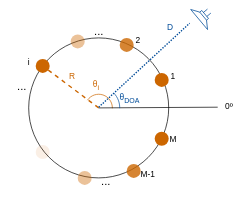
The draw.io diagram figures/hilbert_beamforming/microphone_array.svg in synsense/HaghighatshoarMuir2024, before a commit. Source tidied: cells renumbered, new cells last; positions are measured from the earlier drawing's top-left corner, leaving out a move shared by most shapes. Source of this version:
```xml
<mxGraphModel>
  <root>
    <mxCell id="0" />
    <mxCell id="1" parent="0" />
    <mxCell id="2" style="ellipse;whiteSpace=wrap;html=1;strokeWidth=0.5;fillColor=none;" parent="1" vertex="1">
      <mxGeometry x="20" y="25.5" width="100" height="100" as="geometry" />
    </mxCell>
    <mxCell id="3" style="verticalLabelPosition=bottom;verticalAlign=top;html=1;shape=mxgraph.basic.arc;startAngle=0.8461268765323293;endAngle=0.2547732166712652;strokeColor=#CC6600;strokeWidth=0.5;" parent="1" vertex="1">
      <mxGeometry x="60.2" y="65.8" width="19.5" height="19.5" as="geometry" />
    </mxCell>
    <mxCell id="4" value="&lt;span style=&quot;font-size: 6px;&quot;&gt;θ&lt;sub&gt;i&lt;/sub&gt;&lt;/span&gt;" style="text;html=1;align=center;verticalAlign=middle;strokeColor=none;fillColor=none;fontColor=#CC6600;" parent="1" vertex="1">
      <mxGeometry x="55" y="42" width="25" height="30" as="geometry" />
    </mxCell>
    <mxCell id="5" value="&lt;span style=&quot;font-size: 6px;&quot;&gt;2&lt;/span&gt;" style="text;html=1;align=center;verticalAlign=middle;strokeColor=none;fillColor=none;" parent="1" vertex="1">
      <mxGeometry x="85" y="10.5" width="25" height="30" as="geometry" />
    </mxCell>
    <mxCell id="6" style="ellipse;whiteSpace=wrap;html=1;fillColor=#CC6600;strokeColor=none;" parent="1" vertex="1">
      <mxGeometry x="110" y="50.5" width="10" height="10" as="geometry" />
    </mxCell>
    <mxCell id="7" style="ellipse;whiteSpace=wrap;html=1;fillColor=#CC6600;strokeColor=none;" parent="1" vertex="1">
      <mxGeometry x="110" y="92.5" width="10" height="10" as="geometry" />
    </mxCell>
    <mxCell id="8" value="..." style="text;html=1;align=center;verticalAlign=middle;strokeColor=none;fillColor=none;fontSize=8;" parent="1" vertex="1">
      <mxGeometry x="55" y="8" width="30" height="25" as="geometry" />
    </mxCell>
    <mxCell id="9" style="ellipse;whiteSpace=wrap;html=1;fillColor=#CC6600;strokeColor=none;opacity=80;" parent="1" vertex="1">
      <mxGeometry x="85" y="25.5" width="10" height="10" as="geometry" />
    </mxCell>
    <mxCell id="10" style="ellipse;whiteSpace=wrap;html=1;fillColor=#CC6600;strokeColor=none;opacity=80;" parent="1" vertex="1">
      <mxGeometry x="90" y="115.5" width="10" height="10" as="geometry" />
    </mxCell>
    <mxCell id="11" style="ellipse;whiteSpace=wrap;html=1;fillColor=#CC6600;strokeColor=none;opacity=40;" parent="1" vertex="1">
      <mxGeometry x="55" y="120.5" width="10" height="10" as="geometry" />
    </mxCell>
    <mxCell id="12" style="ellipse;whiteSpace=wrap;html=1;fillColor=#CC6600;strokeColor=none;opacity=10;" parent="1" vertex="1">
      <mxGeometry x="25" y="102" width="10" height="10" as="geometry" />
    </mxCell>
    <mxCell id="13" style="endArrow=none;html=1;rounded=0;strokeWidth=0.5;" parent="1" edge="1">
      <mxGeometry relative="1" as="geometry">
        <mxPoint x="70" y="75.5" as="sourcePoint" />
        <mxPoint x="155" y="75" as="targetPoint" />
      </mxGeometry>
    </mxCell>
    <mxCell id="14" style="endArrow=none;dashed=1;html=1;rounded=0;strokeColor=#CC6600;" parent="1" edge="1" target="20">
      <mxGeometry relative="1" as="geometry">
        <mxPoint x="70" y="75.5" as="sourcePoint" />
      </mxGeometry>
    </mxCell>
    <mxCell id="15" value="&lt;font color=&quot;#cc6600&quot; style=&quot;font-size: 6px;&quot;&gt;R&lt;/font&gt;" style="edgeLabel;html=1;align=center;verticalAlign=middle;" parent="14" vertex="1">
      <mxGeometry x="-0.31" y="1" relative="1" as="geometry">
        <mxPoint x="-7" y="-17" as="offset" />
      </mxGeometry>
    </mxCell>
    <mxCell id="16" value="&lt;span style=&quot;font-size: 6px;&quot;&gt;0º&lt;/span&gt;" style="text;html=1;align=center;verticalAlign=middle;strokeColor=none;fillColor=none;" parent="1" vertex="1">
      <mxGeometry x="150" y="58" width="25" height="30" as="geometry" />
    </mxCell>
    <mxCell id="17" value="&lt;span style=&quot;font-size: 6px;&quot;&gt;1&lt;/span&gt;" style="text;html=1;align=center;verticalAlign=middle;strokeColor=none;fillColor=none;" parent="1" vertex="1">
      <mxGeometry x="110" y="35.5" width="25" height="30" as="geometry" />
    </mxCell>
    <mxCell id="18" value="&lt;span style=&quot;font-size: 6px;&quot;&gt;M&lt;/span&gt;" style="text;html=1;align=center;verticalAlign=middle;strokeColor=none;fillColor=none;" parent="1" vertex="1">
      <mxGeometry x="110" y="80.5" width="25" height="30" as="geometry" />
    </mxCell>
    <mxCell id="19" style="ellipse;whiteSpace=wrap;html=1;fillColor=#CC6600;strokeColor=none;opacity=40;" parent="1" vertex="1">
      <mxGeometry x="50" y="23" width="10" height="10" as="geometry" />
    </mxCell>
    <mxCell id="20" style="ellipse;whiteSpace=wrap;html=1;fillColor=#CC6600;strokeColor=none;" parent="1" vertex="1">
      <mxGeometry x="25" y="40.5" width="10" height="10" as="geometry" />
    </mxCell>
    <mxCell id="21" value="..." style="text;html=1;align=center;verticalAlign=middle;strokeColor=none;fillColor=none;fontSize=8;" parent="1" vertex="1">
      <mxGeometry x="60" y="115.5" width="30" height="25" as="geometry" />
    </mxCell>
    <mxCell id="22" value="&lt;span style=&quot;font-size: 6px;&quot;&gt;M-1&lt;/span&gt;" style="text;html=1;align=center;verticalAlign=middle;strokeColor=none;fillColor=none;" parent="1" vertex="1">
      <mxGeometry x="90" y="105.5" width="30" height="30" as="geometry" />
    </mxCell>
    <mxCell id="23" value="..." style="text;html=1;align=center;verticalAlign=middle;strokeColor=none;fillColor=none;fontSize=8;" parent="1" vertex="1">
      <mxGeometry y="47" width="30" height="25" as="geometry" />
    </mxCell>
    <mxCell id="24" value="&lt;span style=&quot;font-size: 6px;&quot;&gt;i&lt;/span&gt;" style="text;html=1;align=center;verticalAlign=middle;strokeColor=none;fillColor=none;" parent="1" vertex="1">
      <mxGeometry x="10" y="25.5" width="20" height="30" as="geometry" />
    </mxCell>
    <mxCell id="25" style="verticalLabelPosition=bottom;shadow=0;dashed=0;align=center;html=1;verticalAlign=top;shape=mxgraph.electrical.electro-mechanical.loudspeaker;rotation=140;strokeWidth=0.5;strokeColor=#004C99;" parent="1" vertex="1">
      <mxGeometry x="140.6" width="9.4" height="18.7" as="geometry" />
    </mxCell>
    <mxCell id="26" style="endArrow=none;html=1;rounded=0;dashed=1;dashPattern=1 1;strokeColor=#004C99;" parent="1" edge="1">
      <mxGeometry relative="1" as="geometry">
        <mxPoint x="70" y="75" as="sourcePoint" />
        <mxPoint x="135" y="15" as="targetPoint" />
      </mxGeometry>
    </mxCell>
    <mxCell id="27" value="&lt;font style=&quot;font-size: 6px;&quot;&gt;D&lt;/font&gt;" style="edgeLabel;html=1;align=center;verticalAlign=middle;labelBackgroundColor=none;fontColor=#004C99;" parent="26" vertex="1">
      <mxGeometry x="0.38" y="-1" relative="1" as="geometry">
        <mxPoint x="5" y="-19" as="offset" />
      </mxGeometry>
    </mxCell>
    <mxCell id="28" style="verticalLabelPosition=bottom;verticalAlign=top;html=1;shape=mxgraph.basic.arc;startAngle=0.12835013549783322;endAngle=0.2547732166712652;strokeColor=#004C99;strokeWidth=0.5;" parent="1" vertex="1">
      <mxGeometry x="55.5" y="60.5" width="29.5" height="29.5" as="geometry" />
    </mxCell>
    <mxCell id="29" value="&lt;span style=&quot;font-size: 6px;&quot;&gt;θ&lt;sub&gt;DOA&lt;/sub&gt;&lt;/span&gt;" style="text;html=1;align=center;verticalAlign=middle;strokeColor=none;fillColor=none;fontColor=#004C99;" parent="1" vertex="1">
      <mxGeometry x="74.8" y="50.5" width="35" height="30" as="geometry" />
    </mxCell>
  </root>
</mxGraphModel>
```
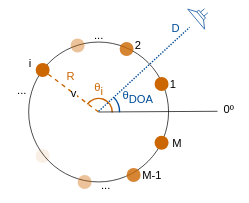
Above is the later version.

Change to the diagram source:
```diff
@@ -2,101 +2,101 @@
   <root>
     <mxCell id="0" />
     <mxCell id="1" parent="0" />
+    <mxCell id="4" value="&lt;span style=&quot;font-size: 8px;&quot;&gt;θ&lt;sub style=&quot;font-size: 8px;&quot;&gt;i&lt;/sub&gt;&lt;/span&gt;" style="text;html=1;align=center;verticalAlign=middle;strokeColor=none;fillColor=none;fontColor=#CC6600;fontSize=8;" parent="1" vertex="1">
+      <mxGeometry x="55" y="44.5" width="30" height="30" as="geometry" />
+    </mxCell>
+    <mxCell id="29" value="&lt;span style=&quot;font-size: 8px;&quot;&gt;θ&lt;sub style=&quot;font-size: 8px;&quot;&gt;DOA&lt;/sub&gt;&lt;/span&gt;" style="text;html=1;align=center;verticalAlign=middle;strokeColor=none;fillColor=none;fontColor=#004C99;fontSize=8;" parent="1" vertex="1">
+      <mxGeometry x="75" y="50.5" width="45" height="30" as="geometry" />
+    </mxCell>
-    <mxCell id="2" style="ellipse;whiteSpace=wrap;html=1;strokeWidth=0.5;fillColor=none;" parent="1" vertex="1">
+    <mxCell id="2" style="ellipse;whiteSpace=wrap;html=1;strokeWidth=0.5;fillColor=none;fontSize=8;" parent="1" vertex="1">
       <mxGeometry x="20" y="25.5" width="100" height="100" as="geometry" />
     </mxCell>
-    <mxCell id="3" style="verticalLabelPosition=bottom;verticalAlign=top;html=1;shape=mxgraph.basic.arc;startAngle=0.8461268765323293;endAngle=0.2547732166712652;strokeColor=#CC6600;strokeWidth=0.5;" parent="1" vertex="1">
+    <mxCell id="3" style="verticalLabelPosition=bottom;verticalAlign=top;html=1;shape=mxgraph.basic.arc;startAngle=0.8461268765323293;endAngle=0.2547732166712652;strokeColor=#CC6600;strokeWidth=1;fontSize=8;" parent="1" vertex="1">
       <mxGeometry x="60.2" y="65.8" width="19.5" height="19.5" as="geometry" />
     </mxCell>
-    <mxCell id="4" value="&lt;span style=&quot;font-size: 6px;&quot;&gt;θ&lt;sub&gt;i&lt;/sub&gt;&lt;/span&gt;" style="text;html=1;align=center;verticalAlign=middle;strokeColor=none;fillColor=none;fontColor=#CC6600;" parent="1" vertex="1">
-      <mxGeometry x="55" y="42" width="25" height="30" as="geometry" />
-    </mxCell>
-    <mxCell id="5" value="&lt;span style=&quot;font-size: 6px;&quot;&gt;2&lt;/span&gt;" style="text;html=1;align=center;verticalAlign=middle;strokeColor=none;fillColor=none;" parent="1" vertex="1">
-      <mxGeometry x="85" y="10.5" width="25" height="30" as="geometry" />
+    <mxCell id="5" value="&lt;span style=&quot;font-size: 8px;&quot;&gt;2&lt;/span&gt;" style="text;html=1;align=center;verticalAlign=middle;strokeColor=none;fillColor=none;fontSize=8;" parent="1" vertex="1">
+      <mxGeometry x="85.6" y="15.5" width="25" height="25" as="geometry" />
     </mxCell>
-    <mxCell id="6" style="ellipse;whiteSpace=wrap;html=1;fillColor=#CC6600;strokeColor=none;" parent="1" vertex="1">
+    <mxCell id="6" style="ellipse;whiteSpace=wrap;html=1;fillColor=#CC6600;strokeColor=none;fontSize=8;" parent="1" vertex="1">
       <mxGeometry x="110" y="50.5" width="10" height="10" as="geometry" />
     </mxCell>
-    <mxCell id="7" style="ellipse;whiteSpace=wrap;html=1;fillColor=#CC6600;strokeColor=none;" parent="1" vertex="1">
+    <mxCell id="7" style="ellipse;whiteSpace=wrap;html=1;fillColor=#CC6600;strokeColor=none;fontSize=8;" parent="1" vertex="1">
       <mxGeometry x="110" y="92.5" width="10" height="10" as="geometry" />
     </mxCell>
     <mxCell id="8" value="..." style="text;html=1;align=center;verticalAlign=middle;strokeColor=none;fillColor=none;fontSize=8;" parent="1" vertex="1">
       <mxGeometry x="55" y="8" width="30" height="25" as="geometry" />
     </mxCell>
-    <mxCell id="9" style="ellipse;whiteSpace=wrap;html=1;fillColor=#CC6600;strokeColor=none;opacity=80;" parent="1" vertex="1">
+    <mxCell id="9" style="ellipse;whiteSpace=wrap;html=1;fillColor=#CC6600;strokeColor=none;opacity=80;fontSize=8;" parent="1" vertex="1">
       <mxGeometry x="85" y="25.5" width="10" height="10" as="geometry" />
     </mxCell>
-    <mxCell id="10" style="ellipse;whiteSpace=wrap;html=1;fillColor=#CC6600;strokeColor=none;opacity=80;" parent="1" vertex="1">
+    <mxCell id="10" style="ellipse;whiteSpace=wrap;html=1;fillColor=#CC6600;strokeColor=none;opacity=80;fontSize=8;" parent="1" vertex="1">
       <mxGeometry x="90" y="115.5" width="10" height="10" as="geometry" />
     </mxCell>
-    <mxCell id="11" style="ellipse;whiteSpace=wrap;html=1;fillColor=#CC6600;strokeColor=none;opacity=40;" parent="1" vertex="1">
+    <mxCell id="11" style="ellipse;whiteSpace=wrap;html=1;fillColor=#CC6600;strokeColor=none;opacity=40;fontSize=8;" parent="1" vertex="1">
       <mxGeometry x="55" y="120.5" width="10" height="10" as="geometry" />
     </mxCell>
-    <mxCell id="12" style="ellipse;whiteSpace=wrap;html=1;fillColor=#CC6600;strokeColor=none;opacity=10;" parent="1" vertex="1">
+    <mxCell id="12" style="ellipse;whiteSpace=wrap;html=1;fillColor=#CC6600;strokeColor=none;opacity=10;fontSize=8;" parent="1" vertex="1">
       <mxGeometry x="25" y="102" width="10" height="10" as="geometry" />
     </mxCell>
-    <mxCell id="13" style="endArrow=none;html=1;rounded=0;strokeWidth=0.5;" parent="1" edge="1">
+    <mxCell id="13" style="endArrow=none;html=1;rounded=0;strokeWidth=0.5;fontSize=8;" parent="1" edge="1">
       <mxGeometry relative="1" as="geometry">
         <mxPoint x="70" y="75.5" as="sourcePoint" />
         <mxPoint x="155" y="75" as="targetPoint" />
       </mxGeometry>
     </mxCell>
-    <mxCell id="14" style="endArrow=none;dashed=1;html=1;rounded=0;strokeColor=#CC6600;" parent="1" edge="1" target="20">
+    <mxCell id="14" value="v" style="endArrow=none;dashed=1;html=1;rounded=0;strokeColor=#CC6600;fontSize=8;" parent="1" edge="1" target="20">
       <mxGeometry relative="1" as="geometry">
         <mxPoint x="70" y="75.5" as="sourcePoint" />
       </mxGeometry>
     </mxCell>
-    <mxCell id="15" value="&lt;font color=&quot;#cc6600&quot; style=&quot;font-size: 6px;&quot;&gt;R&lt;/font&gt;" style="edgeLabel;html=1;align=center;verticalAlign=middle;" parent="14" vertex="1">
+    <mxCell id="15" value="&lt;font color=&quot;#cc6600&quot; style=&quot;font-size: 8px;&quot;&gt;R&lt;/font&gt;" style="edgeLabel;html=1;align=center;verticalAlign=middle;fontSize=8;" parent="14" vertex="1">
       <mxGeometry x="-0.31" y="1" relative="1" as="geometry">
         <mxPoint x="-7" y="-17" as="offset" />
       </mxGeometry>
     </mxCell>
-    <mxCell id="16" value="&lt;span style=&quot;font-size: 6px;&quot;&gt;0º&lt;/span&gt;" style="text;html=1;align=center;verticalAlign=middle;strokeColor=none;fillColor=none;" parent="1" vertex="1">
-      <mxGeometry x="150" y="58" width="25" height="30" as="geometry" />
+    <mxCell id="16" value="&lt;font style=&quot;font-size: 8px;&quot;&gt;0º&lt;/font&gt;" style="text;html=1;align=center;verticalAlign=middle;strokeColor=none;fillColor=none;fontSize=8;" parent="1" vertex="1">
+      <mxGeometry x="148" y="61" width="30" height="25" as="geometry" />
     </mxCell>
-    <mxCell id="17" value="&lt;span style=&quot;font-size: 6px;&quot;&gt;1&lt;/span&gt;" style="text;html=1;align=center;verticalAlign=middle;strokeColor=none;fillColor=none;" parent="1" vertex="1">
-      <mxGeometry x="110" y="35.5" width="25" height="30" as="geometry" />
+    <mxCell id="17" value="&lt;font style=&quot;font-size: 8px;&quot;&gt;1&lt;/font&gt;" style="text;html=1;align=center;verticalAlign=middle;strokeColor=none;fillColor=none;fontSize=8;" parent="1" vertex="1">
+      <mxGeometry x="110.6" y="43" width="25" height="25" as="geometry" />
     </mxCell>
-    <mxCell id="18" value="&lt;span style=&quot;font-size: 6px;&quot;&gt;M&lt;/span&gt;" style="text;html=1;align=center;verticalAlign=middle;strokeColor=none;fillColor=none;" parent="1" vertex="1">
-      <mxGeometry x="110" y="80.5" width="25" height="30" as="geometry" />
+    <mxCell id="18" value="&lt;span style=&quot;font-size: 8px;&quot;&gt;M&lt;/span&gt;" style="text;html=1;align=center;verticalAlign=middle;strokeColor=none;fillColor=none;fontSize=8;" parent="1" vertex="1">
+      <mxGeometry x="110.6" y="85" width="30" height="25" as="geometry" />
     </mxCell>
-    <mxCell id="19" style="ellipse;whiteSpace=wrap;html=1;fillColor=#CC6600;strokeColor=none;opacity=40;" parent="1" vertex="1">
+    <mxCell id="19" style="ellipse;whiteSpace=wrap;html=1;fillColor=#CC6600;strokeColor=none;opacity=40;fontSize=8;" parent="1" vertex="1">
       <mxGeometry x="50" y="23" width="10" height="10" as="geometry" />
     </mxCell>
-    <mxCell id="20" style="ellipse;whiteSpace=wrap;html=1;fillColor=#CC6600;strokeColor=none;" parent="1" vertex="1">
+    <mxCell id="20" style="ellipse;whiteSpace=wrap;html=1;fillColor=#CC6600;strokeColor=none;fontSize=8;" parent="1" vertex="1">
       <mxGeometry x="25" y="40.5" width="10" height="10" as="geometry" />
     </mxCell>
     <mxCell id="21" value="..." style="text;html=1;align=center;verticalAlign=middle;strokeColor=none;fillColor=none;fontSize=8;" parent="1" vertex="1">
       <mxGeometry x="60" y="115.5" width="30" height="25" as="geometry" />
     </mxCell>
-    <mxCell id="22" value="&lt;span style=&quot;font-size: 6px;&quot;&gt;M-1&lt;/span&gt;" style="text;html=1;align=center;verticalAlign=middle;strokeColor=none;fillColor=none;" parent="1" vertex="1">
-      <mxGeometry x="90" y="105.5" width="30" height="30" as="geometry" />
+    <mxCell id="22" value="&lt;span style=&quot;font-size: 8px;&quot;&gt;M-1&lt;/span&gt;" style="text;html=1;align=center;verticalAlign=middle;strokeColor=none;fillColor=none;fontSize=8;" parent="1" vertex="1">
+      <mxGeometry x="90" y="108" width="35" height="25" as="geometry" />
     </mxCell>
     <mxCell id="23" value="..." style="text;html=1;align=center;verticalAlign=middle;strokeColor=none;fillColor=none;fontSize=8;" parent="1" vertex="1">
       <mxGeometry y="47" width="30" height="25" as="geometry" />
     </mxCell>
-    <mxCell id="24" value="&lt;span style=&quot;font-size: 6px;&quot;&gt;i&lt;/span&gt;" style="text;html=1;align=center;verticalAlign=middle;strokeColor=none;fillColor=none;" parent="1" vertex="1">
-      <mxGeometry x="10" y="25.5" width="20" height="30" as="geometry" />
+    <mxCell id="24" value="&lt;span style=&quot;font-size: 8px;&quot;&gt;i&lt;/span&gt;" style="text;html=1;align=center;verticalAlign=middle;strokeColor=none;fillColor=none;fontSize=8;" parent="1" vertex="1">
+      <mxGeometry x="8" y="28.5" width="25" height="25" as="geometry" />
     </mxCell>
-    <mxCell id="25" style="verticalLabelPosition=bottom;shadow=0;dashed=0;align=center;html=1;verticalAlign=top;shape=mxgraph.electrical.electro-mechanical.loudspeaker;rotation=140;strokeWidth=0.5;strokeColor=#004C99;" parent="1" vertex="1">
-      <mxGeometry x="140.6" width="9.4" height="18.7" as="geometry" />
+    <mxCell id="25" style="verticalLabelPosition=bottom;shadow=0;dashed=0;align=center;html=1;verticalAlign=top;shape=mxgraph.electrical.electro-mechanical.loudspeaker;rotation=140;strokeWidth=0.5;strokeColor=#004C99;fontSize=8;" parent="1" vertex="1">
+      <mxGeometry x="138.6" y="-3.2" width="9.4" height="18.7" as="geometry" />
     </mxCell>
-    <mxCell id="26" style="endArrow=none;html=1;rounded=0;dashed=1;dashPattern=1 1;strokeColor=#004C99;" parent="1" edge="1">
+    <mxCell id="26" style="endArrow=none;html=1;rounded=0;dashed=1;dashPattern=1 1;strokeColor=#004C99;fontSize=8;" parent="1" edge="1">
       <mxGeometry relative="1" as="geometry">
         <mxPoint x="70" y="75" as="sourcePoint" />
         <mxPoint x="135" y="15" as="targetPoint" />
       </mxGeometry>
     </mxCell>
-    <mxCell id="27" value="&lt;font style=&quot;font-size: 6px;&quot;&gt;D&lt;/font&gt;" style="edgeLabel;html=1;align=center;verticalAlign=middle;labelBackgroundColor=none;fontColor=#004C99;" parent="26" vertex="1">
+    <mxCell id="27" value="&lt;font style=&quot;font-size: 8px;&quot;&gt;D&lt;/font&gt;" style="edgeLabel;html=1;align=center;verticalAlign=middle;labelBackgroundColor=none;fontColor=#004C99;fontSize=8;" parent="26" vertex="1">
       <mxGeometry x="0.38" y="-1" relative="1" as="geometry">
-        <mxPoint x="5" y="-19" as="offset" />
+        <mxPoint x="10" y="-19" as="offset" />
       </mxGeometry>
     </mxCell>
-    <mxCell id="28" style="verticalLabelPosition=bottom;verticalAlign=top;html=1;shape=mxgraph.basic.arc;startAngle=0.12835013549783322;endAngle=0.2547732166712652;strokeColor=#004C99;strokeWidth=0.5;" parent="1" vertex="1">
+    <mxCell id="28" style="verticalLabelPosition=bottom;verticalAlign=top;html=1;shape=mxgraph.basic.arc;startAngle=0.12835013549783322;endAngle=0.2547732166712652;strokeColor=#004C99;strokeWidth=1;fontSize=8;" parent="1" vertex="1">
       <mxGeometry x="55.5" y="60.5" width="29.5" height="29.5" as="geometry" />
     </mxCell>
-    <mxCell id="29" value="&lt;span style=&quot;font-size: 6px;&quot;&gt;θ&lt;sub&gt;DOA&lt;/sub&gt;&lt;/span&gt;" style="text;html=1;align=center;verticalAlign=middle;strokeColor=none;fillColor=none;fontColor=#004C99;" parent="1" vertex="1">
-      <mxGeometry x="74.8" y="50.5" width="35" height="30" as="geometry" />
-    </mxCell>
   </root>
 </mxGraphModel>
```
